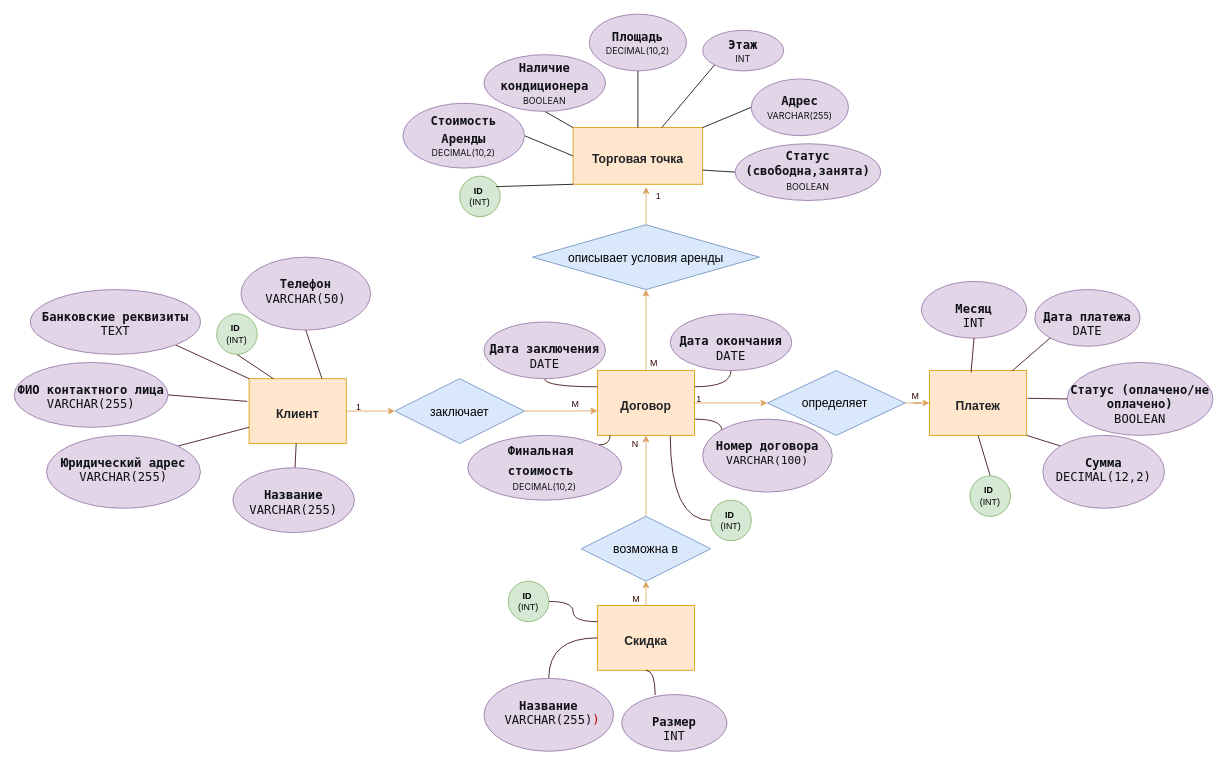
This is лаб1/ER-модель.drawio from sparrow-with-a-laptop/database, a draw.io file, before an edit. Source tidied: cells renumbered, new cells numbered last; positions are measured from the earlier drawing's top-left corner, leaving out a move shared by most shapes. Both pictures are drawn from the tidied source at 81%, with x=0, y=0 at pixel (14, 14).
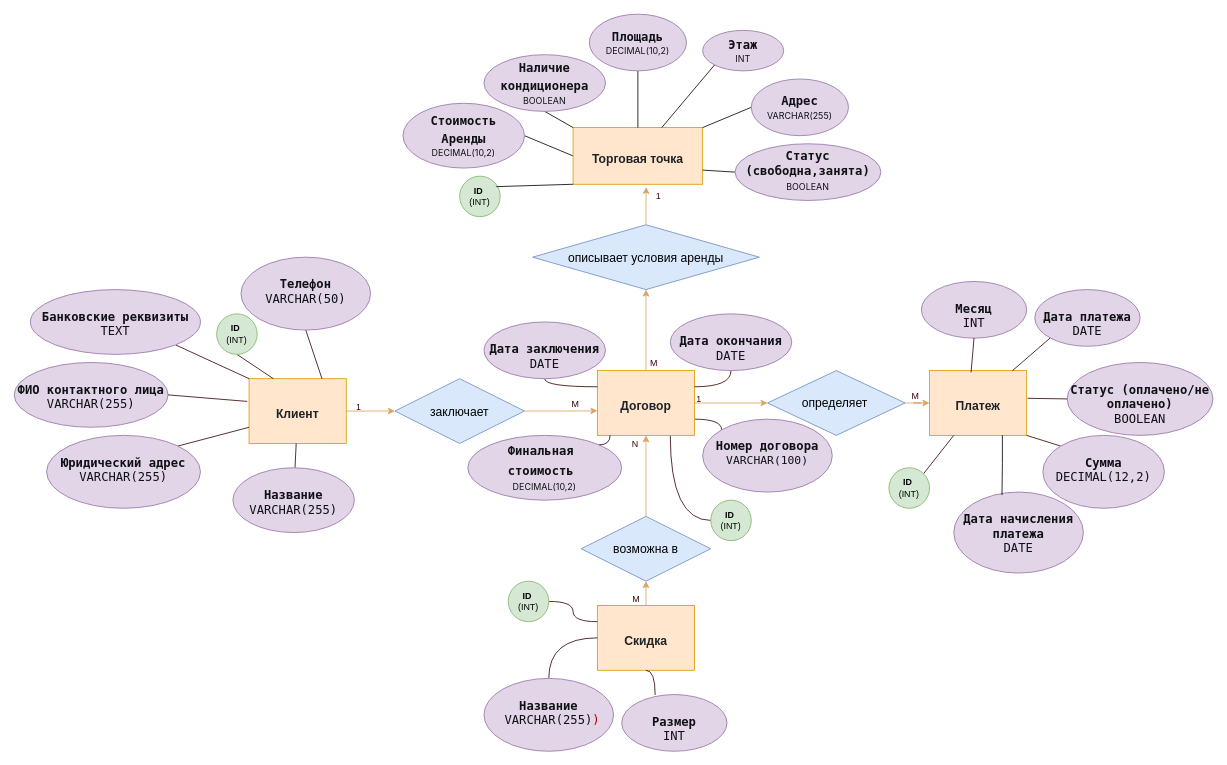
Above is the later version.

Unchanged cells that the change refers to:
```xml
<mxCell id="9" value="&lt;h3 style=&quot;box-sizing: border-box; margin-top: 24px; margin-bottom: 16px; font-size: 1.25em; line-height: 1.25; color: rgb(31, 35, 40);&quot; dir=&quot;auto&quot; class=&quot;heading-element&quot; tabindex=&quot;-1&quot; align=&quot;center&quot;&gt;&lt;span&gt;&lt;font style=&quot;&quot; face=&quot;Helvetica&quot;&gt;Платеж&lt;/font&gt;&lt;/span&gt;&lt;/h3&gt;" style="rounded=0;whiteSpace=wrap;html=1;fillColor=#ffe6cc;strokeColor=#d79b00;" parent="1" vertex="1">
  <mxGeometry x="1130" y="440" width="120" height="80" as="geometry" />
</mxCell>
```

Diff of the diagram source:
```diff
@@
-    <mxCell id="50" style="edgeStyle=none;shape=connector;rounded=0;jettySize=auto;html=1;exitX=0.5;exitY=0;exitDx=0;exitDy=0;entryX=0.5;entryY=1;entryDx=0;entryDy=0;strokeColor=#330000;align=center;verticalAlign=middle;fontFamily=Helvetica;fontSize=11;fontColor=#FEFAE0;labelBackgroundColor=default;endArrow=none;endFill=0;fillColor=#BC6C25;" parent="1" edge="1" source="51" target="9">
+    <mxCell id="50" style="edgeStyle=none;shape=connector;rounded=0;jettySize=auto;html=1;exitX=1;exitY=0;exitDx=0;exitDy=0;entryX=0.25;entryY=1;entryDx=0;entryDy=0;strokeColor=#330000;align=center;verticalAlign=middle;fontFamily=Helvetica;fontSize=11;fontColor=#FEFAE0;labelBackgroundColor=default;endArrow=none;endFill=0;fillColor=#BC6C25;" parent="1" edge="1" source="51" target="9">
       <mxGeometry relative="1" as="geometry" />
     </mxCell>
     <mxCell id="51" value="&lt;b&gt;ID&lt;/b&gt;&amp;nbsp;&lt;div&gt;(INT)&lt;/div&gt;" style="ellipse;whiteSpace=wrap;html=1;fontFamily=Helvetica;fontSize=11;labelBackgroundColor=none;fillColor=#d5e8d4;strokeColor=#82b366;" parent="1" vertex="1">
-      <mxGeometry x="1180" y="570" width="50" height="50" as="geometry" />
+      <mxGeometry x="1080" y="560" width="50" height="50" as="geometry" />
     </mxCell>
@@
+    <mxCell id="79" value="&lt;b&gt;&lt;font style=&quot;font-size: 15px;&quot;&gt;&lt;br&gt;&lt;span style=&quot;color: rgb(15, 17, 21); font-family: Menlo, Monaco, &amp;quot;Cascadia Mono&amp;quot;, Consolas, &amp;quot;Ubuntu Mono&amp;quot;, &amp;quot;DejaVu Sans Mono&amp;quot;, &amp;quot;Liberation Mono&amp;quot;, &amp;quot;JetBrains Mono&amp;quot;, &amp;quot;Fira Code&amp;quot;, Cousine, &amp;quot;Roboto Mono&amp;quot;, &amp;quot;Courier New&amp;quot;, Courier, sans-serif, system-ui; font-style: normal; font-variant-ligatures: normal; font-variant-caps: normal; letter-spacing: normal; orphans: 2; text-align: left; text-indent: 0px; text-transform: none; widows: 2; word-spacing: 0px; -webkit-text-stroke-width: 0px; white-space: normal; text-decoration-thickness: initial; text-decoration-style: initial; text-decoration-color: initial; float: none; display: inline !important;&quot;&gt;Дата начисления платежа&lt;/span&gt;&lt;br&gt;&lt;/font&gt;&lt;/b&gt;&lt;div style=&quot;&quot;&gt;&lt;font face=&quot;Menlo, Monaco, Cascadia Mono, Consolas, Ubuntu Mono, DejaVu Sans Mono, Liberation Mono, JetBrains Mono, Fira Code, Cousine, Roboto Mono, Courier New, Courier, sans-serif, system-ui&quot; color=&quot;#0f1115&quot;&gt;&lt;span style=&quot;font-size: 15px;&quot;&gt;DATE&lt;/span&gt;&lt;/font&gt;&lt;/div&gt;" style="ellipse;whiteSpace=wrap;html=1;fontFamily=Helvetica;fontSize=11;labelBackgroundColor=none;fillColor=#e1d5e7;strokeColor=#9673a6;verticalAlign=top;" parent="1" vertex="1">
+      <mxGeometry x="1160" y="590" width="160" height="100" as="geometry" />
+    </mxCell>
+    <mxCell id="80" style="edgeStyle=orthogonalEdgeStyle;rounded=0;jettySize=auto;html=1;exitX=0.75;exitY=1;exitDx=0;exitDy=0;entryX=0.372;entryY=0.037;entryDx=0;entryDy=0;entryPerimeter=0;endArrow=none;endFill=0;" parent="1" edge="1" source="9" target="79">
+      <mxGeometry relative="1" as="geometry" />
+    </mxCell>
```
